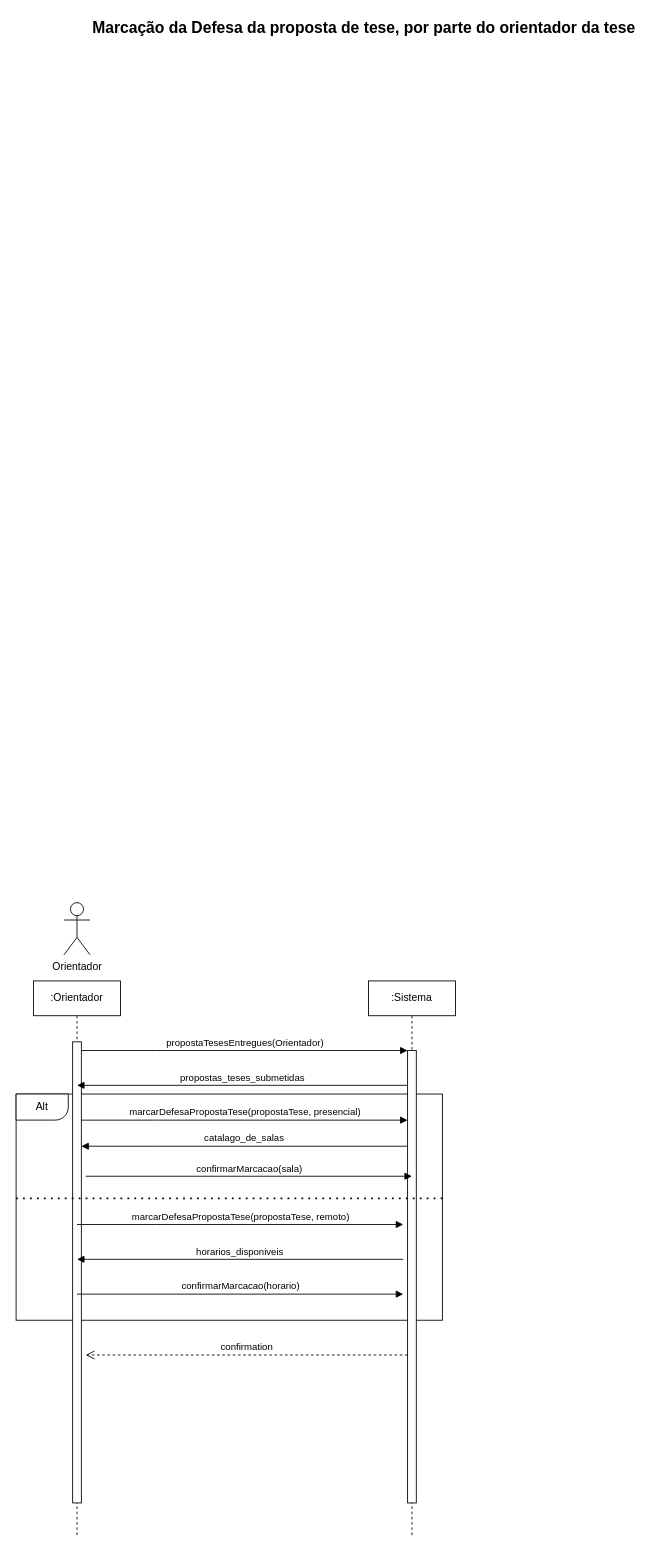
Sapientia-PT/thesisman keeps this draw.io diagram as docs/SSD.drawio. Above is the earlier version. Source tidied: cells renumbered, new cells numbered last; positions are measured from the earlier drawing's top-left corner, leaving out a move shared by most shapes. Both pictures are drawn from the tidied source at 87%, with x=0, y=0 at pixel (16, 15).
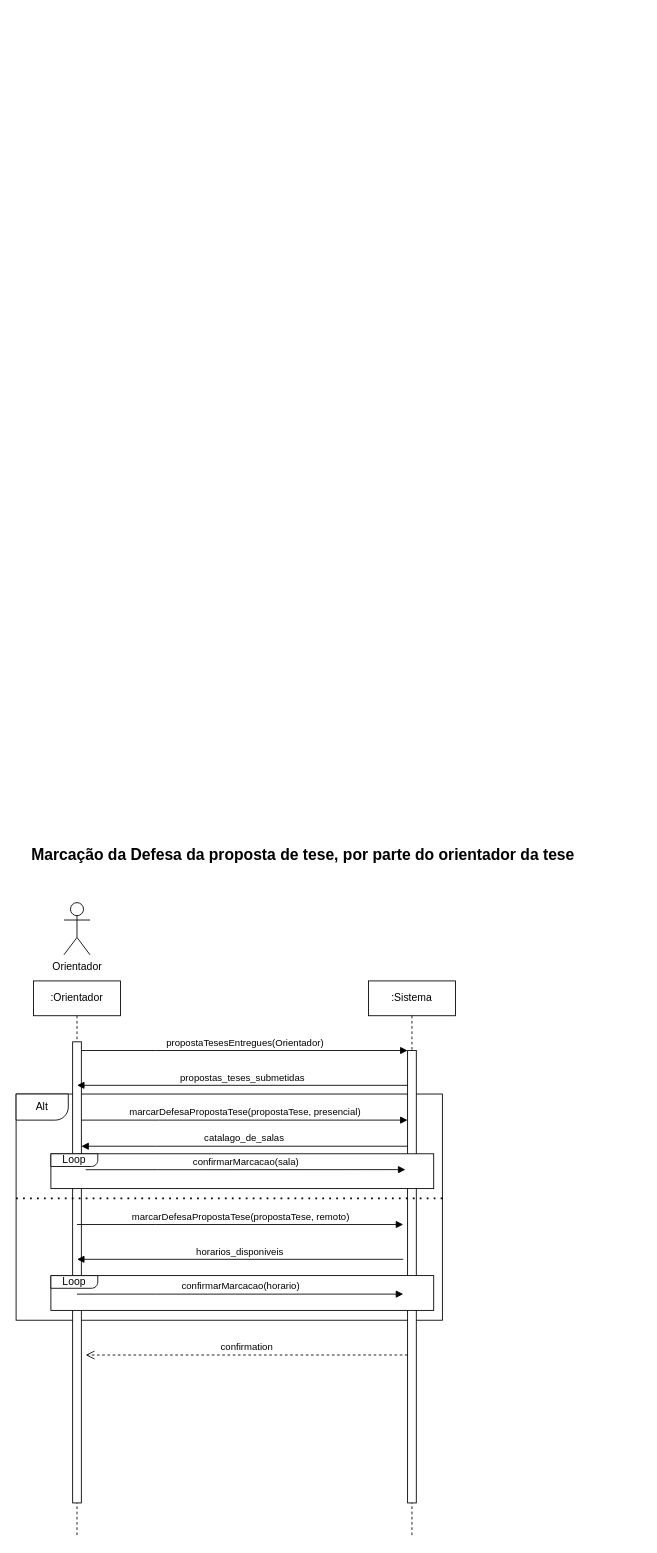
The same diagram, later.

Commit message:
inserted loops in SSD

Diff of the diagram source:
```diff
@@
     <mxCell id="11" value="&lt;font style=&quot;font-size: 18px;&quot;&gt;&lt;b&gt;&lt;font style=&quot;&quot;&gt;Marcação da Defesa da proposta de tese&lt;/font&gt;, por parte do orientador da tese&lt;/b&gt;&lt;/font&gt;" style="text;html=1;align=center;verticalAlign=middle;whiteSpace=wrap;rounded=0;" parent="1" vertex="1">
-      <mxGeometry x="80" width="640" height="30" as="geometry" />
+      <mxGeometry x="10" y="950" width="640" height="30" as="geometry" />
     </mxCell>
@@
-    <mxCell id="14" value="confirmarMarcacao(sala)" style="html=1;verticalAlign=bottom;endArrow=block;edgeStyle=elbowEdgeStyle;elbow=horizontal;curved=0;rounded=0;" parent="1" edge="1">
-      <mxGeometry relative="1" as="geometry">
-        <mxPoint x="80" y="1334.5" as="sourcePoint" />
-        <mxPoint x="455" y="1334.5" as="targetPoint" />
-        <Array as="points">
-          <mxPoint x="170" y="1334.5" />
-        </Array>
-      </mxGeometry>
-    </mxCell>
@@
+    <mxCell id="21" style="group;" parent="1" vertex="1">
+      <mxGeometry x="40" y="1320" width="440" height="40" as="geometry" />
+    </mxCell>
+    <mxCell id="22" style="rounded=0;whiteSpace=wrap;html=1;" parent="21" vertex="1">
+      <mxGeometry y="-11.3" width="440" height="40" as="geometry" />
+    </mxCell>
+    <mxCell id="23" style="verticalLabelPosition=bottom;verticalAlign=top;html=1;shape=mxgraph.basic.corner_round_rect;dx=6;whiteSpace=wrap;rotation=-180;" parent="21" vertex="1">
+      <mxGeometry y="-11.3" width="53.9" height="14.6" as="geometry" />
+    </mxCell>
+    <mxCell id="24" value="Loop" style="text;html=1;align=center;verticalAlign=middle;whiteSpace=wrap;rounded=0;" parent="21" vertex="1">
+      <mxGeometry y="-14" width="53.9" height="20" as="geometry" />
+    </mxCell>
+    <mxCell id="14" value="confirmarMarcacao(sala)" style="html=1;verticalAlign=bottom;endArrow=block;edgeStyle=elbowEdgeStyle;elbow=horizontal;curved=0;rounded=0;" parent="21" edge="1">
+      <mxGeometry relative="1" as="geometry">
+        <mxPoint x="40" y="7" as="sourcePoint" />
+        <mxPoint x="407.5" y="6.9" as="targetPoint" />
+        <Array as="points">
+          <mxPoint x="122.5" y="6.9" />
+        </Array>
+      </mxGeometry>
+    </mxCell>
+    <mxCell id="25" style="group;" parent="1" vertex="1">
+      <mxGeometry x="40" y="1460" width="440" height="40" as="geometry" />
+    </mxCell>
+    <mxCell id="26" style="rounded=0;whiteSpace=wrap;html=1;" parent="25" vertex="1">
+      <mxGeometry y="-11.3" width="440" height="40" as="geometry" />
+    </mxCell>
+    <mxCell id="27" style="verticalLabelPosition=bottom;verticalAlign=top;html=1;shape=mxgraph.basic.corner_round_rect;dx=6;whiteSpace=wrap;rotation=-180;" parent="25" vertex="1">
+      <mxGeometry y="-11.3" width="53.9" height="14.6" as="geometry" />
+    </mxCell>
+    <mxCell id="28" value="Loop" style="text;html=1;align=center;verticalAlign=middle;whiteSpace=wrap;rounded=0;" parent="25" vertex="1">
+      <mxGeometry y="-14" width="53.9" height="20" as="geometry" />
+    </mxCell>
```
